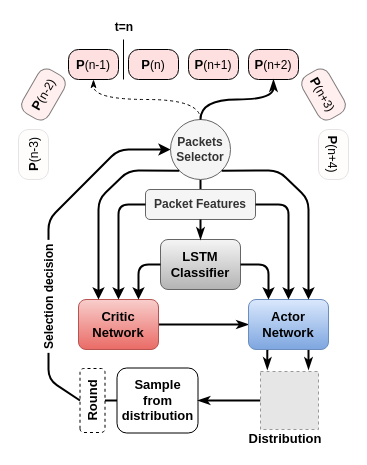
Before: paper_rl/img/rnn-sampling.drawio in binh04032003/adversarial-recurrent-ids, a draw.io diagram. Source tidied: cells renumbered, new cells numbered last; positions are measured from the earlier drawing's top-left corner, leaving out a move shared by most shapes. Both pictures are drawn from the tidied source at 100%, with x=0, y=0 at pixel (8, 17). Pictures stored in the file or linked from it are replaced by grey dashed boxes.
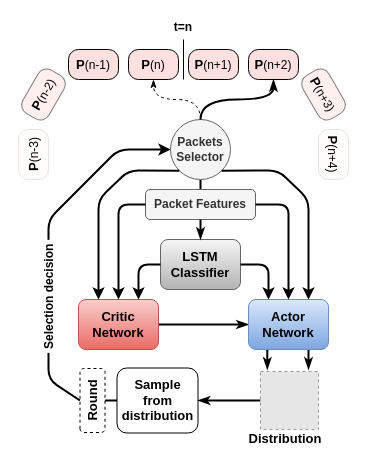
The same diagram, later.

Commit message (it also covers changes not shown here):
Modifications to draw.io fig

Unchanged cells that the change refers to:
```xml
<mxCell id="8" value="&lt;b&gt;&lt;font style=&quot;font-size: 13px&quot;&gt;P&lt;/font&gt;&lt;/b&gt;(n-1)" style="html=1;outlineConnect=0;whiteSpace=wrap;fillColor=#FFE0E0;shape=mxgraph.archimate3.application;archiType=rounded;" parent="1" vertex="1">
  <mxGeometry x="60" y="32" width="50" height="30" as="geometry" />
</mxCell>
<mxCell id="11" value="&lt;b&gt;&lt;font style=&quot;font-size: 13px&quot;&gt;P&lt;/font&gt;&lt;/b&gt;(n)" style="html=1;outlineConnect=0;whiteSpace=wrap;fillColor=#FFE0E0;shape=mxgraph.archimate3.application;archiType=rounded;" parent="1" vertex="1">
  <mxGeometry x="120" y="32" width="50" height="30" as="geometry" />
</mxCell>
<mxCell id="17" value="&lt;div&gt;&lt;b&gt;Packets&lt;br&gt;&lt;/b&gt;&lt;/div&gt;&lt;div&gt;&lt;b&gt;Selector&lt;/b&gt;&lt;/div&gt;" style="ellipse;whiteSpace=wrap;html=1;fillColor=#f5f5f5;strokeColor=#666666;fontColor=#333333;" parent="1" vertex="1">
  <mxGeometry x="162" y="102" width="60" height="60" as="geometry" />
</mxCell>
```

Diff of the diagram source:
```diff
@@
     <mxCell id="21" style="endArrow=none;html=1;" parent="1" edge="1">
       <mxGeometry relative="1" as="geometry">
-        <mxPoint x="115" y="62" as="sourcePoint" />
-        <mxPoint x="115" y="22" as="targetPoint" />
+        <mxPoint x="175" y="62" as="sourcePoint" />
+        <mxPoint x="175" y="22" as="targetPoint" />
       </mxGeometry>
     </mxCell>
@@
     <mxCell id="24" value="&lt;b&gt;t=n&lt;/b&gt;" style="text;html=1;strokeColor=none;fillColor=none;align=center;verticalAlign=middle;whiteSpace=wrap;rounded=0;opacity=60;" parent="1" vertex="1">
-      <mxGeometry x="96" width="40" height="20" as="geometry" />
+      <mxGeometry x="155" width="40" height="20" as="geometry" />
     </mxCell>
@@
-    <mxCell id="34" style="rounded=0;jettySize=auto;html=1;entryX=0.5;entryY=1;entryDx=0;entryDy=0;startArrow=none;startFill=0;endArrow=classicThin;endFill=1;strokeWidth=1;exitX=0.5;exitY=0;exitDx=0;exitDy=0;entryPerimeter=0;edgeStyle=orthogonalEdgeStyle;curved=1;dashed=1;" parent="1" edge="1" source="17" target="8">
+    <mxCell id="34" style="rounded=0;jettySize=auto;html=1;entryX=0.5;entryY=1;entryDx=0;entryDy=0;startArrow=none;startFill=0;endArrow=classicThin;endFill=1;strokeWidth=1;exitX=0.5;exitY=0;exitDx=0;exitDy=0;entryPerimeter=0;edgeStyle=orthogonalEdgeStyle;curved=1;dashed=1;" parent="1" edge="1" source="17" target="11">
       <mxGeometry relative="1" as="geometry" />
     </mxCell>
```
